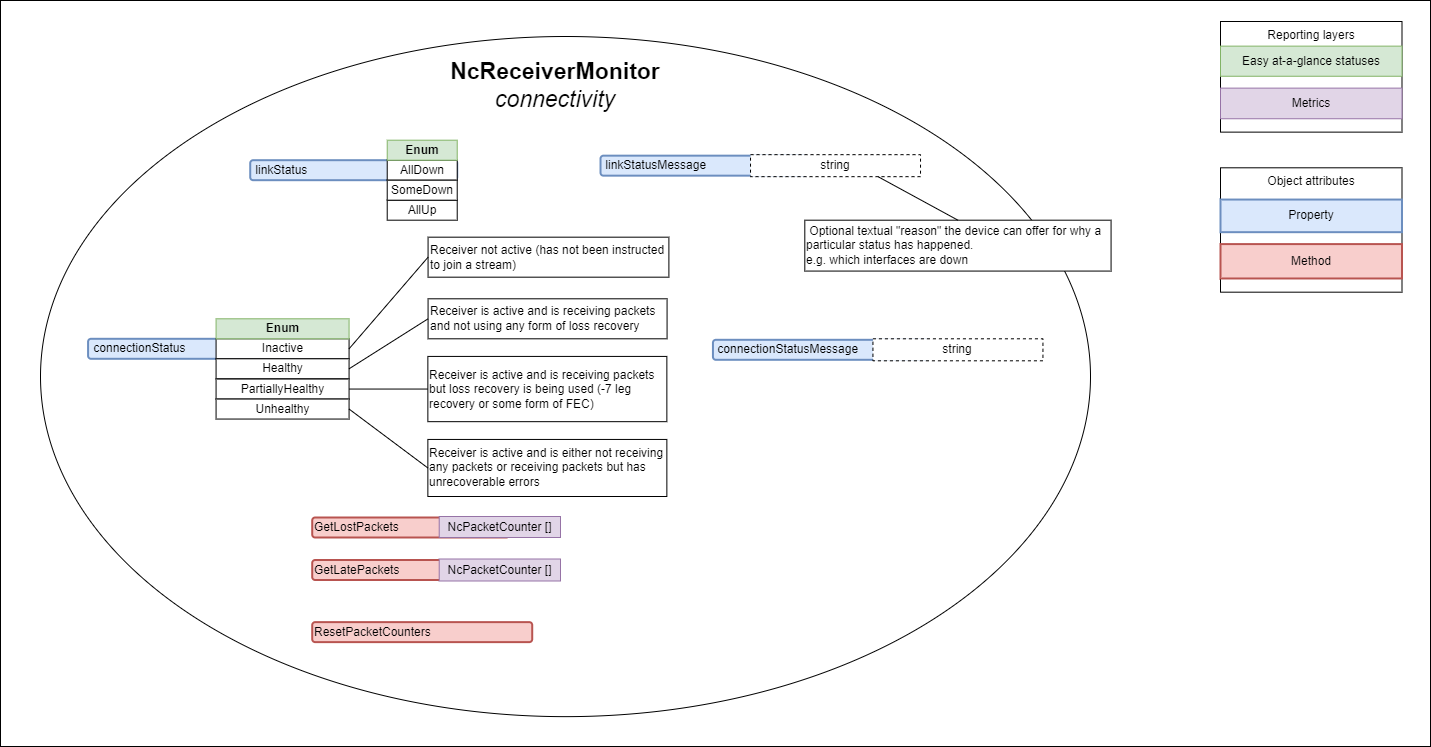
Before: docs/images/receiver-model-connectivity.png, a diagram exported from draw.io (AMWA-TV/bcp-008-01). Source tidied: cells renumbered, new cells last; positions are measured from the earlier drawing's top-left corner, leaving out a move shared by most shapes.
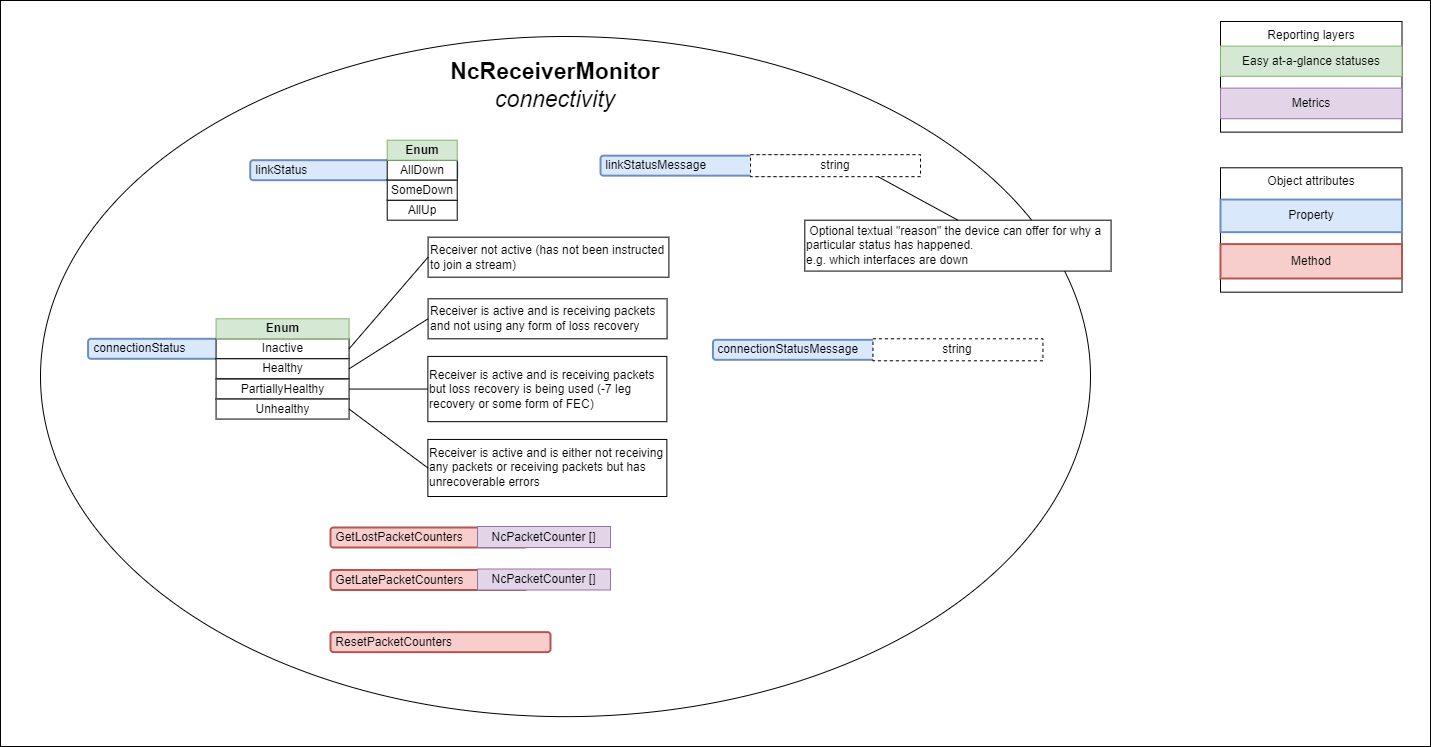
After the commit.

Change to the diagram source:
```diff
@@ -62,18 +62,6 @@
     <mxCell id="21" value="Unhealthy" style="rounded=0;whiteSpace=wrap;html=1;" parent="1" vertex="1">
       <mxGeometry x="215.6" y="398.6" width="133" height="20" as="geometry" />
     </mxCell>
-    <mxCell id="22" value="GetLostPackets" style="rounded=1;whiteSpace=wrap;html=1;align=left;fillColor=#f8cecc;strokeColor=#b85450;strokeWidth=2;" parent="1" vertex="1">
-      <mxGeometry x="311.7" y="517" width="197" height="20" as="geometry" />
-    </mxCell>
-    <mxCell id="23" value="NcPacketCounter []" style="rounded=0;whiteSpace=wrap;html=1;fillColor=#e1d5e7;strokeColor=#9673a6;" parent="1" vertex="1">
-      <mxGeometry x="438.7" y="516" width="121.3" height="21" as="geometry" />
-    </mxCell>
-    <mxCell id="24" value="GetLatePackets" style="rounded=1;whiteSpace=wrap;html=1;align=left;fillColor=#f8cecc;strokeColor=#b85450;strokeWidth=2;" parent="1" vertex="1">
-      <mxGeometry x="311.7" y="559.5" width="197" height="20" as="geometry" />
-    </mxCell>
-    <mxCell id="25" value="NcPacketCounter []" style="rounded=0;whiteSpace=wrap;html=1;fillColor=#e1d5e7;strokeColor=#9673a6;" parent="1" vertex="1">
-      <mxGeometry x="438.7" y="558.5" width="121.3" height="22" as="geometry" />
-    </mxCell>
     <mxCell id="26" value="Receiver not active (has not been instructed to join a stream)" style="text;html=1;strokeColor=default;fillColor=default;align=left;verticalAlign=middle;whiteSpace=wrap;rounded=0;" parent="1" vertex="1">
       <mxGeometry x="427.6" y="236.7" width="240.8" height="40" as="geometry" />
     </mxCell>
@@ -98,9 +86,6 @@
     <mxCell id="33" style="endArrow=none;html=1;rounded=0;entryX=0;entryY=0.5;entryDx=0;entryDy=0;exitX=1;exitY=0.5;exitDx=0;exitDy=0;" parent="1" edge="1" source="21" target="28">
       <mxGeometry relative="1" as="geometry" />
     </mxCell>
-    <mxCell id="34" value="ResetPacketCounters" style="rounded=1;whiteSpace=wrap;html=1;align=left;fillColor=#f8cecc;strokeColor=#b85450;strokeWidth=2;" parent="1" vertex="1">
-      <mxGeometry x="311.7" y="621.6" width="220" height="20" as="geometry" />
-    </mxCell>
     <mxCell id="35" value="&amp;nbsp;linkStatusMessage" style="rounded=1;whiteSpace=wrap;html=1;align=left;fillColor=#dae8fc;strokeColor=#6c8ebf;strokeWidth=2;" parent="1" vertex="1">
       <mxGeometry x="600" y="155.2" width="207.5" height="20" as="geometry" />
     </mxCell>
@@ -119,5 +104,20 @@
     <mxCell id="40" value="string" style="rounded=0;whiteSpace=wrap;html=1;dashed=1;" parent="1" vertex="1">
       <mxGeometry x="872.4" y="338.3" width="170" height="22" as="geometry" />
     </mxCell>
+    <mxCell id="41" value="&amp;nbsp;GetLostPacketCounters" style="rounded=1;whiteSpace=wrap;html=1;align=left;fillColor=#f8cecc;strokeColor=#b85450;strokeWidth=2;" parent="1" vertex="1">
+      <mxGeometry x="330" y="527" width="197" height="20" as="geometry" />
+    </mxCell>
+    <mxCell id="42" value="NcPacketCounter []" style="rounded=0;whiteSpace=wrap;html=1;fillColor=#e1d5e7;strokeColor=#9673a6;" parent="1" vertex="1">
+      <mxGeometry x="477" y="526" width="133" height="21" as="geometry" />
+    </mxCell>
+    <mxCell id="43" value="&amp;nbsp;GetLatePacketCounters" style="rounded=1;whiteSpace=wrap;html=1;align=left;fillColor=#f8cecc;strokeColor=#b85450;strokeWidth=2;" parent="1" vertex="1">
+      <mxGeometry x="330" y="569.5" width="197" height="20" as="geometry" />
+    </mxCell>
+    <mxCell id="44" value="NcPacketCounter []" style="rounded=0;whiteSpace=wrap;html=1;fillColor=#e1d5e7;strokeColor=#9673a6;" parent="1" vertex="1">
+      <mxGeometry x="477" y="568.5" width="133" height="21" as="geometry" />
+    </mxCell>
+    <mxCell id="34" value="&amp;nbsp;ResetPacketCounters" style="rounded=1;whiteSpace=wrap;html=1;align=left;fillColor=#f8cecc;strokeColor=#b85450;strokeWidth=2;" parent="1" vertex="1">
+      <mxGeometry x="330" y="631.6" width="220" height="20" as="geometry" />
+    </mxCell>
   </root>
 </mxGraphModel>
```
